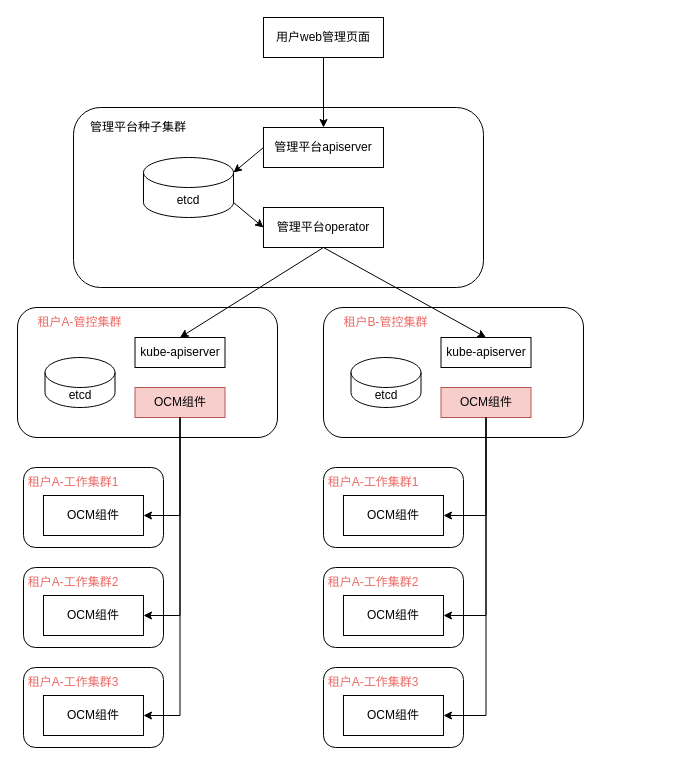
Above: drawio/ccse专利.drawio in Tiny-VS-Lina/ccse (draw.io), before the change. Source tidied: cells renumbered, new cells numbered last; positions are measured from the earlier drawing's top-left corner, leaving out a move shared by most shapes. Both pictures are drawn from the tidied source at 100%, with x=0, y=0 at pixel (17, 17).
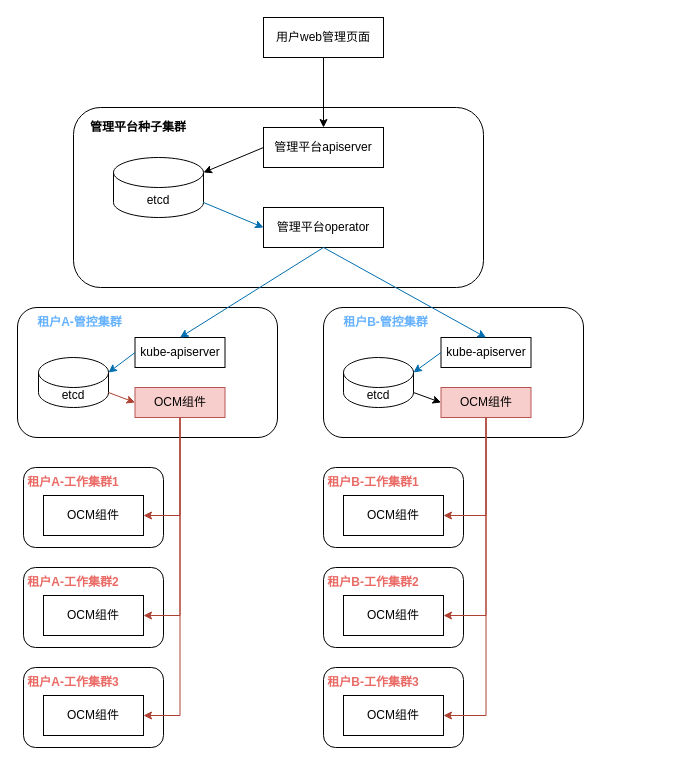
The same diagram, later.

Unchanged cells that the change refers to:
```xml
<mxCell id="6" value="管理平台operator" style="rounded=0;whiteSpace=wrap;html=1;" parent="1" vertex="1">
  <mxGeometry x="246" y="190" width="120" height="40" as="geometry" />
</mxCell>
<mxCell id="12" style="group;" parent="1" vertex="1">
  <mxGeometry x="36" y="300" width="615" height="440" as="geometry" />
</mxCell>
<mxCell id="14" value="OCM组件" style="rounded=0;whiteSpace=wrap;html=1;fillColor=#f8cecc;strokeColor=#b85450;" parent="12" vertex="1">
  <mxGeometry x="81.5" y="70" width="90" height="30" as="geometry" />
</mxCell>
<mxCell id="15" value="kube-apiserver" style="rounded=0;whiteSpace=wrap;html=1;" parent="12" vertex="1">
  <mxGeometry x="81.5" y="20" width="90" height="30" as="geometry" />
</mxCell>
<mxCell id="19" value="OCM组件" style="rounded=0;whiteSpace=wrap;html=1;fillColor=#f8cecc;strokeColor=#b85450;" parent="12" vertex="1">
  <mxGeometry x="387.5" y="70" width="90" height="30" as="geometry" />
</mxCell>
<mxCell id="20" value="kube-apiserver" style="rounded=0;whiteSpace=wrap;html=1;" parent="12" vertex="1">
  <mxGeometry x="387.5" y="20" width="90" height="30" as="geometry" />
</mxCell>
<mxCell id="26" value="OCM组件" style="rounded=0;whiteSpace=wrap;html=1;" parent="12" vertex="1">
  <mxGeometry x="290" y="178" width="100" height="40" as="geometry" />
</mxCell>
<mxCell id="29" value="OCM组件" style="rounded=0;whiteSpace=wrap;html=1;" parent="12" vertex="1">
  <mxGeometry x="290" y="278" width="100" height="40" as="geometry" />
</mxCell>
<mxCell id="32" value="OCM组件" style="rounded=0;whiteSpace=wrap;html=1;" parent="12" vertex="1">
  <mxGeometry x="290" y="378" width="100" height="40" as="geometry" />
</mxCell>
<mxCell id="38" value="OCM组件" style="rounded=0;whiteSpace=wrap;html=1;" parent="1" vertex="1">
  <mxGeometry x="26" y="478" width="100" height="40" as="geometry" />
</mxCell>
<mxCell id="42" value="OCM组件" style="rounded=0;whiteSpace=wrap;html=1;" parent="1" vertex="1">
  <mxGeometry x="26" y="578" width="100" height="40" as="geometry" />
</mxCell>
<mxCell id="45" value="OCM组件" style="rounded=0;whiteSpace=wrap;html=1;" parent="1" vertex="1">
  <mxGeometry x="26" y="678" width="100" height="40" as="geometry" />
</mxCell>
```

Change to the diagram source:
```diff
@@
     <mxCell id="7" value="etcd" style="shape=cylinder3;whiteSpace=wrap;html=1;boundedLbl=1;backgroundOutline=1;size=15;" parent="1" vertex="1">
-      <mxGeometry x="126" y="140" width="90" height="60" as="geometry" />
+      <mxGeometry x="96" y="140" width="90" height="60" as="geometry" />
     </mxCell>
-    <mxCell id="8" value="管理平台种子集群" style="text;html=1;strokeColor=none;fillColor=none;align=center;verticalAlign=middle;whiteSpace=wrap;rounded=0;" parent="1" vertex="1">
+    <mxCell id="8" value="&lt;b&gt;管理平台种子集群&lt;/b&gt;" style="text;html=1;strokeColor=none;fillColor=none;align=center;verticalAlign=middle;whiteSpace=wrap;rounded=0;" parent="1" vertex="1">
       <mxGeometry x="66" y="100" width="110" height="20" as="geometry" />
     </mxCell>
@@
-    <mxCell id="11" style="endArrow=classic;html=1;rounded=0;exitX=1;exitY=1;exitDx=0;exitDy=-15;exitPerimeter=0;entryX=0;entryY=0.5;entryDx=0;entryDy=0;" parent="1" edge="1" source="7" target="6">
+    <mxCell id="11" style="endArrow=classic;html=1;rounded=0;exitX=1;exitY=1;exitDx=0;exitDy=-15;exitPerimeter=0;entryX=0;entryY=0.5;entryDx=0;entryDy=0;fillColor=#1ba1e2;strokeColor=#006EAF;" parent="1" edge="1" source="7" target="6">
       <mxGeometry relative="1" as="geometry" />
     </mxCell>
@@
-    <mxCell id="16" value="&lt;font color=&quot;#ea6b66&quot;&gt;租户A-管控集群&lt;/font&gt;" style="text;html=1;strokeColor=none;fillColor=none;align=center;verticalAlign=middle;whiteSpace=wrap;rounded=0;" parent="12" vertex="1">
+    <mxCell id="16" value="&lt;font&gt;&lt;b&gt;租户A-管控集群&lt;/b&gt;&lt;/font&gt;" style="text;html=1;strokeColor=none;fillColor=none;align=center;verticalAlign=middle;whiteSpace=wrap;rounded=0;fontColor=#66B2FF;" parent="12" vertex="1">
       <mxGeometry x="-21" y="-10" width="95" height="30" as="geometry" />
     </mxCell>
     <mxCell id="17" value="etcd" style="shape=cylinder3;whiteSpace=wrap;html=1;boundedLbl=1;backgroundOutline=1;size=15;" parent="12" vertex="1">
-      <mxGeometry x="-8.5" y="40" width="70" height="50" as="geometry" />
+      <mxGeometry x="-15" y="40" width="70" height="50" as="geometry" />
     </mxCell>
@@
-    <mxCell id="21" value="&lt;font color=&quot;#ea6b66&quot;&gt;租户B-管控集群&lt;/font&gt;" style="text;html=1;strokeColor=none;fillColor=none;align=center;verticalAlign=middle;whiteSpace=wrap;rounded=0;" parent="12" vertex="1">
+    <mxCell id="21" value="&lt;font&gt;&lt;b&gt;租户B-管控集群&lt;/b&gt;&lt;/font&gt;" style="text;html=1;strokeColor=none;fillColor=none;align=center;verticalAlign=middle;whiteSpace=wrap;rounded=0;fontColor=#66B2FF;" parent="12" vertex="1">
       <mxGeometry x="285" y="-10" width="95" height="30" as="geometry" />
     </mxCell>
     <mxCell id="22" value="etcd" style="shape=cylinder3;whiteSpace=wrap;html=1;boundedLbl=1;backgroundOutline=1;size=15;" parent="12" vertex="1">
-      <mxGeometry x="297.5" y="40" width="70" height="50" as="geometry" />
+      <mxGeometry x="290" y="40" width="70" height="50" as="geometry" />
     </mxCell>
-    <mxCell id="23" value="&lt;font color=&quot;#ea6b66&quot;&gt;租户A-工作集群1&lt;/font&gt;" style="text;html=1;strokeColor=none;fillColor=none;align=center;verticalAlign=middle;whiteSpace=wrap;rounded=0;" parent="12" vertex="1">
+    <mxCell id="23" value="&lt;font color=&quot;#ea6b66&quot;&gt;&lt;b&gt;租户A-工作集群1&lt;/b&gt;&lt;/font&gt;" style="text;html=1;strokeColor=none;fillColor=none;align=center;verticalAlign=middle;whiteSpace=wrap;rounded=0;" parent="12" vertex="1">
       <mxGeometry x="-30" y="150" width="100" height="30" as="geometry" />
     </mxCell>
@@
-    <mxCell id="25" value="&lt;font color=&quot;#ea6b66&quot;&gt;租户A-工作集群1&lt;/font&gt;" style="text;html=1;strokeColor=none;fillColor=none;align=center;verticalAlign=middle;whiteSpace=wrap;rounded=0;" parent="12" vertex="1">
+    <mxCell id="25" value="&lt;font color=&quot;#ea6b66&quot;&gt;&lt;b&gt;租户B-工作集群1&lt;/b&gt;&lt;/font&gt;" style="text;html=1;strokeColor=none;fillColor=none;align=center;verticalAlign=middle;whiteSpace=wrap;rounded=0;" parent="12" vertex="1">
       <mxGeometry x="270" y="150" width="100" height="30" as="geometry" />
     </mxCell>
@@
-    <mxCell id="28" value="&lt;font color=&quot;#ea6b66&quot;&gt;租户A-工作集群2&lt;/font&gt;" style="text;html=1;strokeColor=none;fillColor=none;align=center;verticalAlign=middle;whiteSpace=wrap;rounded=0;" parent="12" vertex="1">
+    <mxCell id="28" value="&lt;font color=&quot;#ea6b66&quot;&gt;&lt;b&gt;租户B-工作集群2&lt;/b&gt;&lt;/font&gt;" style="text;html=1;strokeColor=none;fillColor=none;align=center;verticalAlign=middle;whiteSpace=wrap;rounded=0;" parent="12" vertex="1">
       <mxGeometry x="270" y="250" width="100" height="30" as="geometry" />
     </mxCell>
@@
-    <mxCell id="31" value="&lt;font color=&quot;#ea6b66&quot;&gt;租户A-工作集群3&lt;/font&gt;" style="text;html=1;strokeColor=none;fillColor=none;align=center;verticalAlign=middle;whiteSpace=wrap;rounded=0;" parent="12" vertex="1">
+    <mxCell id="31" value="&lt;font color=&quot;#ea6b66&quot;&gt;&lt;b&gt;租户B-工作集群3&lt;/b&gt;&lt;/font&gt;" style="text;html=1;strokeColor=none;fillColor=none;align=center;verticalAlign=middle;whiteSpace=wrap;rounded=0;" parent="12" vertex="1">
       <mxGeometry x="270" y="350" width="100" height="30" as="geometry" />
     </mxCell>
@@
-    <mxCell id="33" style="endArrow=classic;html=1;rounded=0;exitX=0.5;exitY=1;exitDx=0;exitDy=0;entryX=1;entryY=0.5;entryDx=0;entryDy=0;edgeStyle=orthogonalEdgeStyle;" parent="12" edge="1" source="19" target="26">
+    <mxCell id="33" style="endArrow=classic;html=1;rounded=0;exitX=0.5;exitY=1;exitDx=0;exitDy=0;entryX=1;entryY=0.5;entryDx=0;entryDy=0;edgeStyle=orthogonalEdgeStyle;fillColor=#fad9d5;strokeColor=#ae4132;" parent="12" edge="1" source="19" target="26">
       <mxGeometry relative="1" as="geometry" />
     </mxCell>
-    <mxCell id="34" style="endArrow=classic;html=1;rounded=0;exitX=0.5;exitY=1;exitDx=0;exitDy=0;entryX=1;entryY=0.5;entryDx=0;entryDy=0;edgeStyle=orthogonalEdgeStyle;" parent="12" edge="1" source="19" target="29">
+    <mxCell id="34" style="endArrow=classic;html=1;rounded=0;exitX=0.5;exitY=1;exitDx=0;exitDy=0;entryX=1;entryY=0.5;entryDx=0;entryDy=0;edgeStyle=orthogonalEdgeStyle;fillColor=#fad9d5;strokeColor=#ae4132;" parent="12" edge="1" source="19" target="29">
       <mxGeometry relative="1" as="geometry" />
     </mxCell>
-    <mxCell id="35" style="endArrow=classic;html=1;rounded=0;entryX=1;entryY=0.5;entryDx=0;entryDy=0;edgeStyle=orthogonalEdgeStyle;" parent="12" edge="1" source="19" target="32">
+    <mxCell id="35" style="endArrow=classic;html=1;rounded=0;entryX=1;entryY=0.5;entryDx=0;entryDy=0;edgeStyle=orthogonalEdgeStyle;fillColor=#fad9d5;strokeColor=#ae4132;" parent="12" edge="1" source="19" target="32">
       <mxGeometry relative="1" as="geometry" />
     </mxCell>
+    <mxCell id="48" style="endArrow=classic;html=1;rounded=0;exitX=0;exitY=0.5;exitDx=0;exitDy=0;entryX=1;entryY=0;entryDx=0;entryDy=15;entryPerimeter=0;fillColor=#1ba1e2;strokeColor=#006EAF;" parent="12" edge="1" source="15" target="17">
+      <mxGeometry relative="1" as="geometry" />
+    </mxCell>
+    <mxCell id="49" style="endArrow=classic;html=1;rounded=0;exitX=1;exitY=1;exitDx=0;exitDy=-15;exitPerimeter=0;entryX=0;entryY=0.5;entryDx=0;entryDy=0;fillColor=#fad9d5;strokeColor=#ae4132;" parent="12" edge="1" source="17" target="14">
+      <mxGeometry relative="1" as="geometry" />
+    </mxCell>
+    <mxCell id="50" style="endArrow=classic;html=1;rounded=0;exitX=0;exitY=0.5;exitDx=0;exitDy=0;entryX=1;entryY=0;entryDx=0;entryDy=15;entryPerimeter=0;fillColor=#1ba1e2;strokeColor=#006EAF;" parent="12" edge="1" source="20" target="22">
+      <mxGeometry relative="1" as="geometry" />
+    </mxCell>
+    <mxCell id="51" style="endArrow=classic;html=1;rounded=0;exitX=1;exitY=1;exitDx=0;exitDy=-15;exitPerimeter=0;entryX=0;entryY=0.5;entryDx=0;entryDy=0;" parent="12" edge="1" source="22" target="19">
+      <mxGeometry relative="1" as="geometry" />
+    </mxCell>
-    <mxCell id="36" style="endArrow=classic;html=1;rounded=0;exitX=0.5;exitY=1;exitDx=0;exitDy=0;entryX=0.5;entryY=0;entryDx=0;entryDy=0;" parent="1" edge="1" source="6" target="15">
+    <mxCell id="36" style="endArrow=classic;html=1;rounded=0;exitX=0.5;exitY=1;exitDx=0;exitDy=0;entryX=0.5;entryY=0;entryDx=0;entryDy=0;fillColor=#1ba1e2;strokeColor=#006EAF;" parent="1" edge="1" source="6" target="15">
       <mxGeometry relative="1" as="geometry" />
     </mxCell>
-    <mxCell id="37" style="endArrow=classic;html=1;rounded=0;entryX=0.5;entryY=0;entryDx=0;entryDy=0;" parent="1" edge="1" target="20">
+    <mxCell id="37" style="endArrow=classic;html=1;rounded=0;entryX=0.5;entryY=0;entryDx=0;entryDy=0;fillColor=#1ba1e2;strokeColor=#006EAF;" parent="1" edge="1" target="20">
       <mxGeometry relative="1" as="geometry">
         <mxPoint x="306" y="230" as="sourcePoint" />
       </mxGeometry>
     </mxCell>
@@
-    <mxCell id="39" style="endArrow=classic;html=1;rounded=0;exitX=0.5;exitY=1;exitDx=0;exitDy=0;entryX=1;entryY=0.5;entryDx=0;entryDy=0;edgeStyle=orthogonalEdgeStyle;" parent="1" edge="1" source="14" target="38">
+    <mxCell id="39" style="endArrow=classic;html=1;rounded=0;exitX=0.5;exitY=1;exitDx=0;exitDy=0;entryX=1;entryY=0.5;entryDx=0;entryDy=0;edgeStyle=orthogonalEdgeStyle;fillColor=#fad9d5;strokeColor=#ae4132;" parent="1" edge="1" source="14" target="38">
       <mxGeometry relative="1" as="geometry" />
     </mxCell>
@@
-    <mxCell id="41" value="&lt;font color=&quot;#ea6b66&quot;&gt;租户A-工作集群2&lt;/font&gt;" style="text;html=1;strokeColor=none;fillColor=none;align=center;verticalAlign=middle;whiteSpace=wrap;rounded=0;" parent="1" vertex="1">
+    <mxCell id="41" value="&lt;font color=&quot;#ea6b66&quot;&gt;&lt;b&gt;租户A-工作集群2&lt;/b&gt;&lt;/font&gt;" style="text;html=1;strokeColor=none;fillColor=none;align=center;verticalAlign=middle;whiteSpace=wrap;rounded=0;" parent="1" vertex="1">
       <mxGeometry x="6" y="550" width="100" height="30" as="geometry" />
     </mxCell>
@@
-    <mxCell id="44" value="&lt;font color=&quot;#ea6b66&quot;&gt;租户A-工作集群3&lt;/font&gt;" style="text;html=1;strokeColor=none;fillColor=none;align=center;verticalAlign=middle;whiteSpace=wrap;rounded=0;" parent="1" vertex="1">
+    <mxCell id="44" value="&lt;font color=&quot;#ea6b66&quot;&gt;&lt;b&gt;租户A-工作集群3&lt;/b&gt;&lt;/font&gt;" style="text;html=1;strokeColor=none;fillColor=none;align=center;verticalAlign=middle;whiteSpace=wrap;rounded=0;" parent="1" vertex="1">
       <mxGeometry x="6" y="650" width="100" height="30" as="geometry" />
     </mxCell>
@@
-    <mxCell id="46" style="endArrow=classic;html=1;rounded=0;exitX=0.5;exitY=1;exitDx=0;exitDy=0;entryX=1;entryY=0.5;entryDx=0;entryDy=0;edgeStyle=orthogonalEdgeStyle;" parent="1" edge="1" source="14" target="42">
+    <mxCell id="46" style="endArrow=classic;html=1;rounded=0;exitX=0.5;exitY=1;exitDx=0;exitDy=0;entryX=1;entryY=0.5;entryDx=0;entryDy=0;edgeStyle=orthogonalEdgeStyle;fillColor=#fad9d5;strokeColor=#ae4132;" parent="1" edge="1" source="14" target="42">
       <mxGeometry relative="1" as="geometry" />
     </mxCell>
-    <mxCell id="47" style="endArrow=classic;html=1;rounded=0;exitX=0.5;exitY=1;exitDx=0;exitDy=0;entryX=1;entryY=0.5;entryDx=0;entryDy=0;edgeStyle=orthogonalEdgeStyle;" parent="1" edge="1" source="14" target="45">
+    <mxCell id="47" style="endArrow=classic;html=1;rounded=0;exitX=0.5;exitY=1;exitDx=0;exitDy=0;entryX=1;entryY=0.5;entryDx=0;entryDy=0;edgeStyle=orthogonalEdgeStyle;fillColor=#fad9d5;strokeColor=#ae4132;" parent="1" edge="1" source="14" target="45">
       <mxGeometry relative="1" as="geometry" />
     </mxCell>
```
